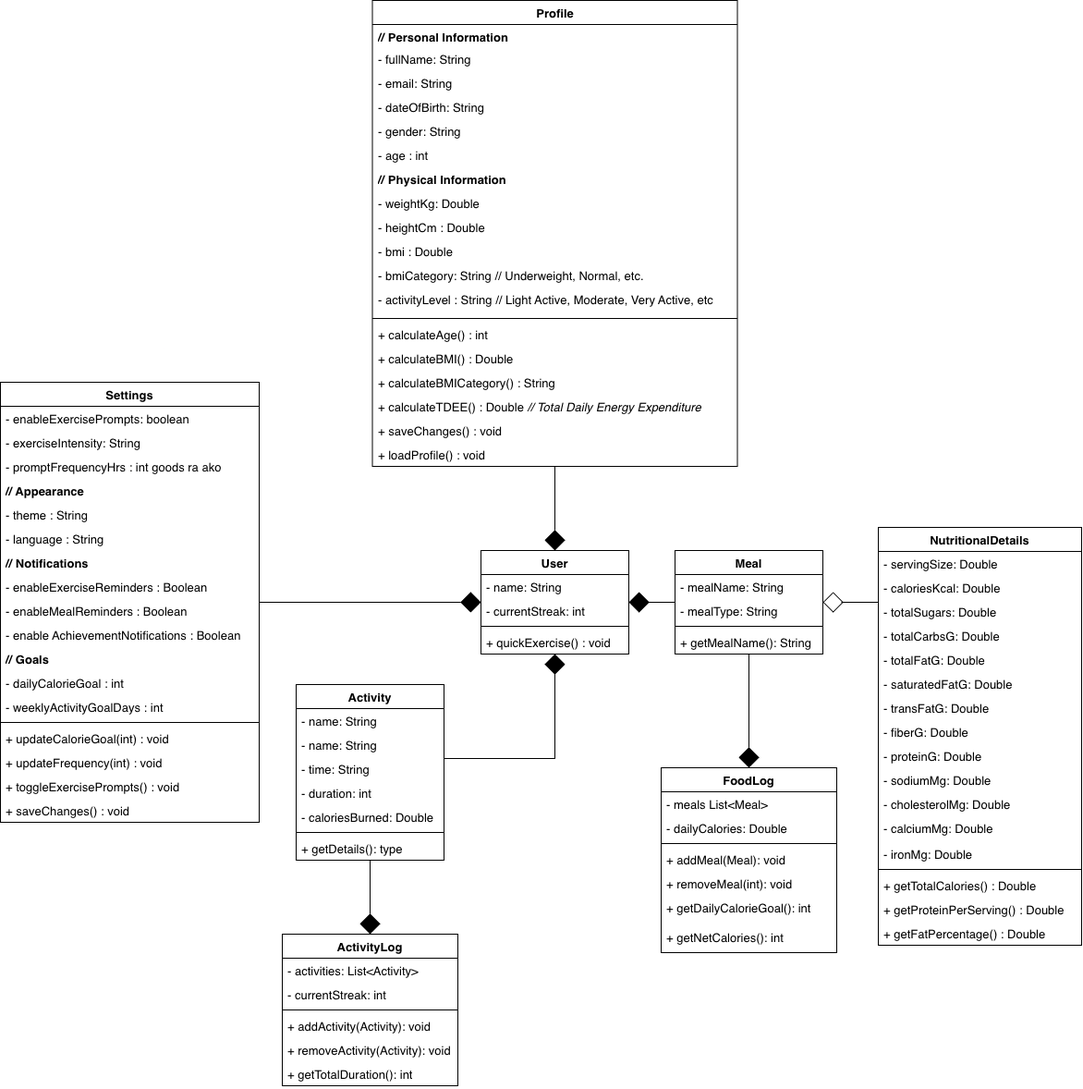
This is ClassDiagram.png from Gianne818/tinHealth, a draw.io export, as it was before one commit. Source tidied: cells renumbered, new cells last; positions are measured from the earlier drawing's top-left corner, leaving out a move shared by most shapes.
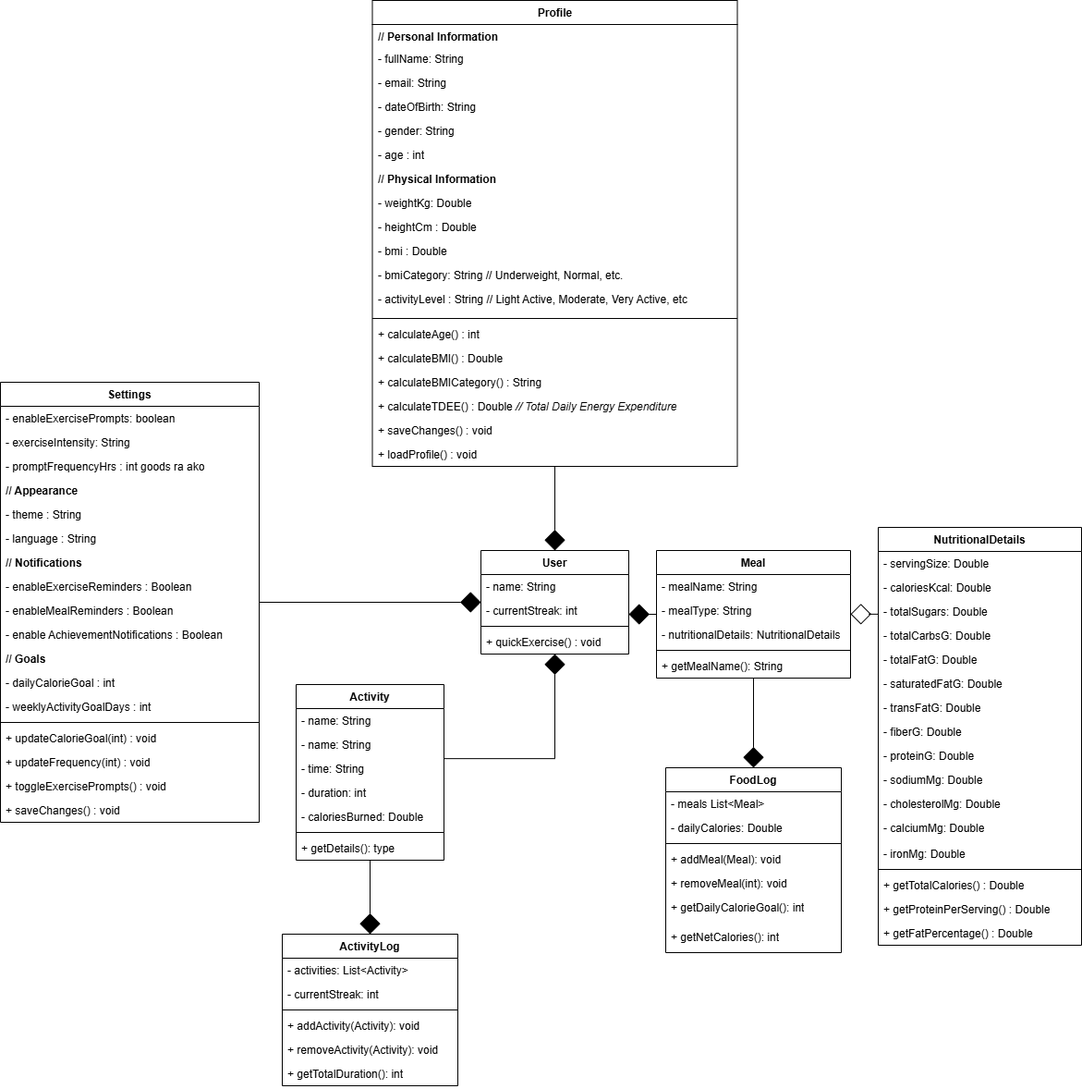
After the change.

Diff of the diagram source:
```diff
@@ -42,7 +42,7 @@
       <mxGeometry y="138" width="190" height="26" as="geometry" />
     </mxCell>
     <mxCell id="15" value="FoodLog" style="swimlane;fontStyle=1;align=center;verticalAlign=top;horizontal=1;startSize=26;whiteSpace=wrap;html=1;" parent="1" vertex="1">
-      <mxGeometry x="715" y="830" width="190" height="200" as="geometry" />
+      <mxGeometry x="720" y="830" width="190" height="200" as="geometry" />
     </mxCell>
     <mxCell id="16" value="- meals List&amp;lt;Meal&amp;gt;" style="text;strokeColor=none;fillColor=none;align=left;verticalAlign=top;spacingLeft=4;spacingRight=4;overflow=hidden;whiteSpace=wrap;html=1;" parent="15" vertex="1">
       <mxGeometry y="26" width="190" height="26" as="geometry" />
@@ -108,25 +108,28 @@
       </mxGeometry>
     </mxCell>
     <mxCell id="34" value="Meal" style="swimlane;fontStyle=1;align=center;verticalAlign=top;horizontal=1;startSize=26;whiteSpace=wrap;html=1;" parent="1" vertex="1">
-      <mxGeometry x="730" y="595" width="160" height="112" as="geometry" />
+      <mxGeometry x="710" y="595" width="210" height="138" as="geometry" />
     </mxCell>
     <mxCell id="35" value="- mealName: String" style="text;strokeColor=none;fillColor=none;align=left;verticalAlign=top;spacingLeft=4;spacingRight=4;overflow=hidden;whiteSpace=wrap;html=1;" parent="34" vertex="1">
-      <mxGeometry y="26" width="160" height="26" as="geometry" />
+      <mxGeometry y="26" width="210" height="26" as="geometry" />
     </mxCell>
     <mxCell id="36" value="- mealType: String" style="text;strokeColor=none;fillColor=none;align=left;verticalAlign=top;spacingLeft=4;spacingRight=4;overflow=hidden;whiteSpace=wrap;html=1;" parent="34" vertex="1">
-      <mxGeometry y="52" width="160" height="26" as="geometry" />
+      <mxGeometry y="52" width="210" height="26" as="geometry" />
     </mxCell>
+    <mxCell id="99" value="- nutritionalDetails: NutritionalDetails" style="text;strokeColor=none;fillColor=none;align=left;verticalAlign=top;spacingLeft=4;spacingRight=4;overflow=hidden;whiteSpace=wrap;html=1;" parent="34" vertex="1">
+      <mxGeometry y="78" width="210" height="26" as="geometry" />
+    </mxCell>
     <mxCell id="37" style="line;strokeWidth=1;fillColor=none;align=left;verticalAlign=middle;spacingTop=-1;spacingLeft=3;spacingRight=3;labelPosition=right;strokeColor=inherit;" parent="34" vertex="1">
-      <mxGeometry y="78" width="160" height="8" as="geometry" />
+      <mxGeometry y="104" width="210" height="8" as="geometry" />
     </mxCell>
     <mxCell id="38" value="+ getMealName(): String" style="text;strokeColor=none;fillColor=none;align=left;verticalAlign=top;spacingLeft=4;spacingRight=4;overflow=hidden;whiteSpace=wrap;html=1;" parent="34" vertex="1">
-      <mxGeometry y="86" width="160" height="26" as="geometry" />
+      <mxGeometry y="112" width="210" height="26" as="geometry" />
     </mxCell>
     <mxCell id="39" style="edgeStyle=orthogonalEdgeStyle;rounded=0;jettySize=auto;html=1;endArrow=diamond;endFill=0;endSize=20;" parent="1" edge="1" source="40" target="34">
       <mxGeometry relative="1" as="geometry">
         <Array as="points">
-          <mxPoint x="910" y="651" />
-          <mxPoint x="910" y="651" />
+          <mxPoint x="940" y="664" />
+          <mxPoint x="940" y="664" />
         </Array>
       </mxGeometry>
     </mxCell>
```
